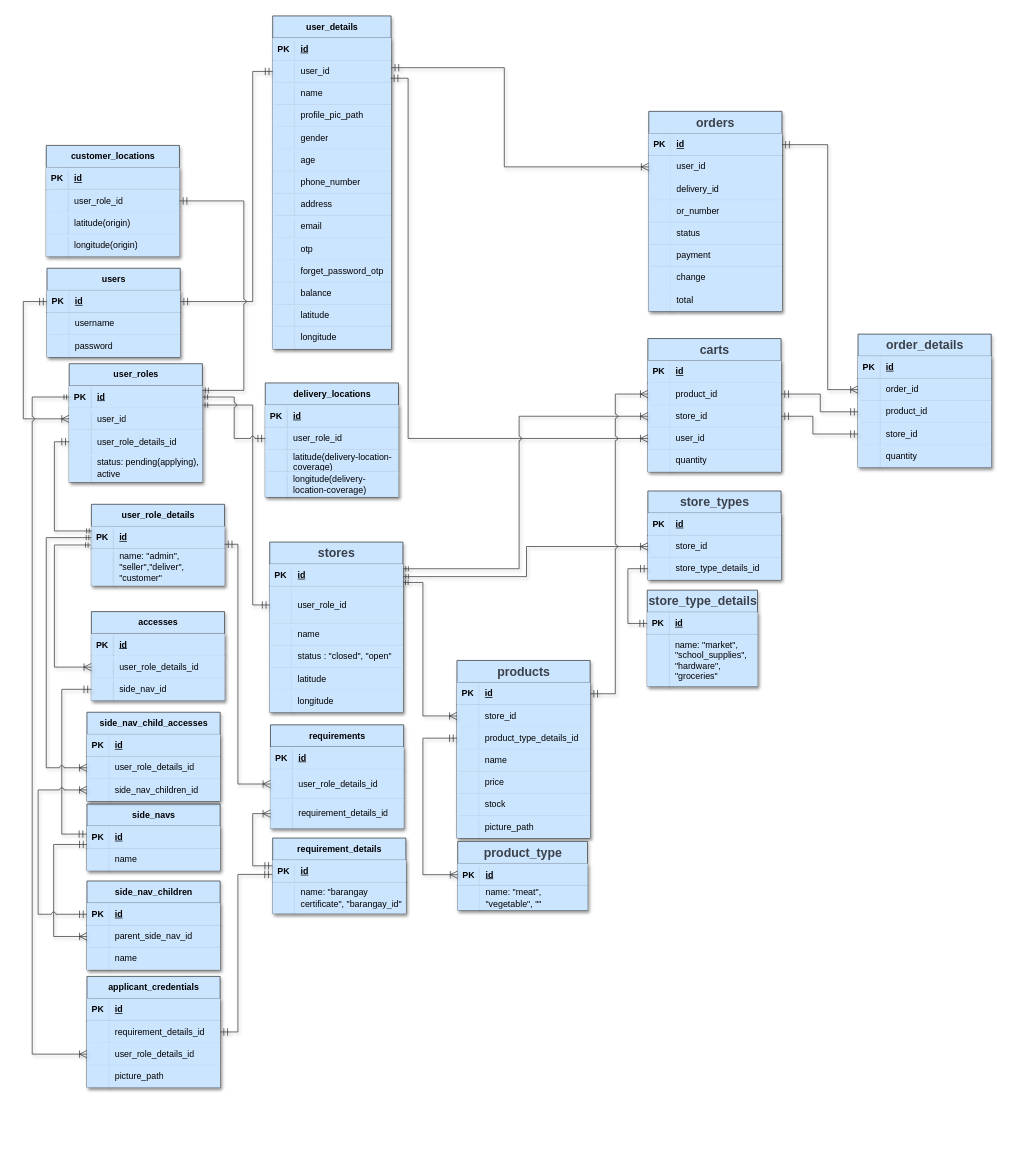
Before: documentation/e-palengke-erd.drawio in DanerisMendoza/e-palengke-back, a draw.io diagram. Source tidied: cells renumbered, new cells numbered last; positions are measured from the earlier drawing's top-left corner, leaving out a move shared by most shapes. Both pictures are drawn from the tidied source at 74%, with x=0, y=0 at pixel (23, 16).
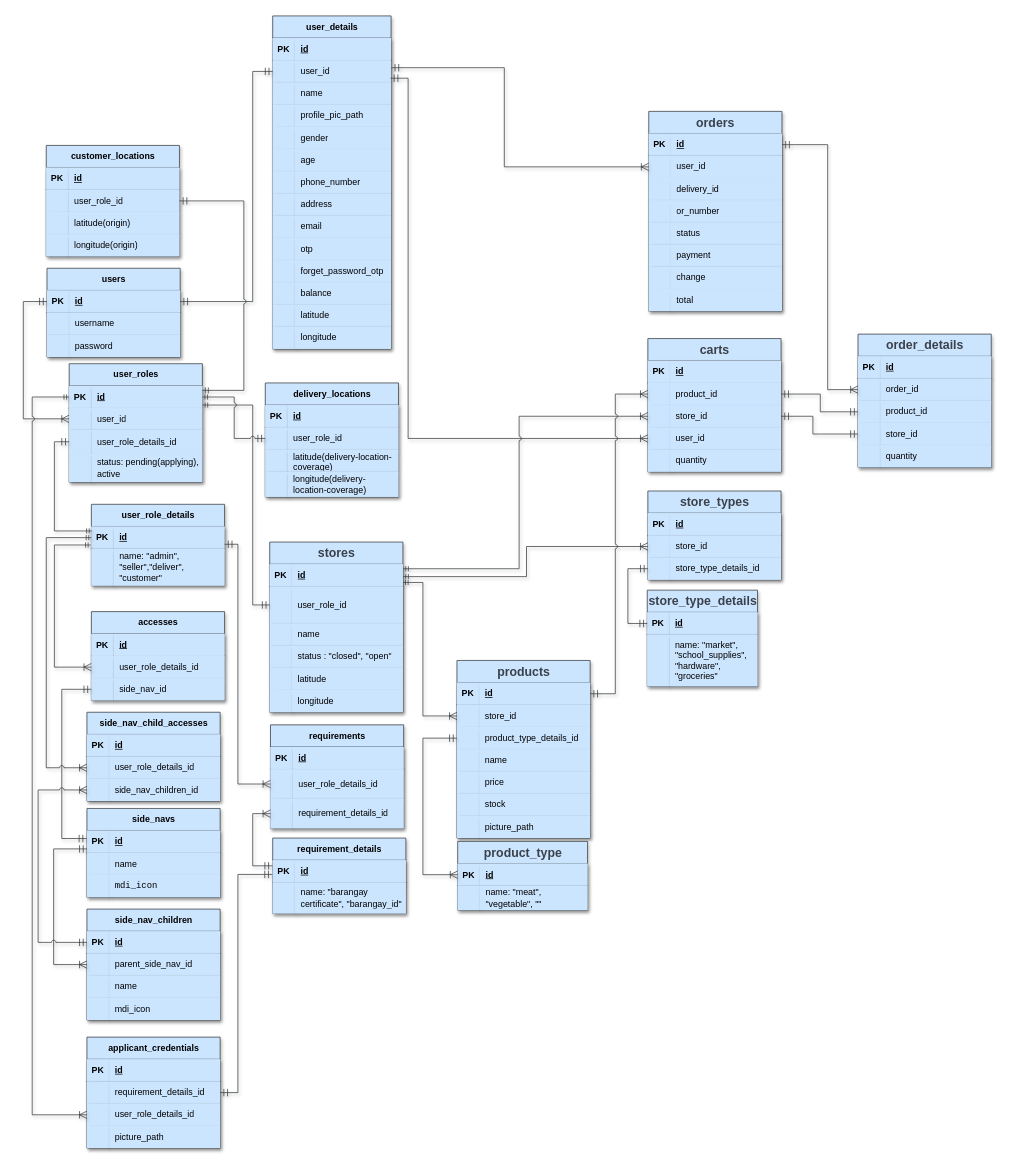
The same diagram, later.

Commit message (it also covers changes not shown here):
OrderController::Order: temporary remove balance deduction, erd update

Change to the diagram source:
```diff
@@
     <mxCell id="30" value="side_navs" style="shape=table;startSize=30;childLayout=tableLayout;rowLines=0;fontStyle=1;align=center;html=1;shadow=1;fillColor=#cce5ff;strokeColor=#36393d;" parent="1" vertex="1">
-      <mxGeometry x="86" y="1065" width="180" height="90" as="geometry" />
+      <mxGeometry x="86" y="1071" width="180" height="120" as="geometry" />
     </mxCell>
@@
+    <mxCell id="316" style="shape=tableRow;horizontal=0;startSize=0;swimlaneHead=0;swimlaneBody=0;fillColor=#cce5ff;top=0;left=0;right=0;bottom=0;shadow=1;strokeColor=#36393d;" parent="30" vertex="1">
+      <mxGeometry y="90" width="180" height="30" as="geometry" />
+    </mxCell>
+    <mxCell id="317" style="shape=partialRectangle;fillColor=#cce5ff;top=0;left=0;bottom=0;right=0;overflow=hidden;whiteSpace=wrap;html=1;shadow=1;strokeColor=#36393d;" parent="316" vertex="1">
+      <mxGeometry width="30" height="30" as="geometry" />
+    </mxCell>
+    <mxCell id="318" value="&lt;div style=&quot;font-family: Consolas, &amp;quot;Courier New&amp;quot;, monospace; line-height: 19px;&quot;&gt;&lt;font style=&quot;font-size: 12px;&quot;&gt;mdi_icon&lt;/font&gt;&lt;br&gt;&lt;/div&gt;" style="shape=partialRectangle;fillColor=#cce5ff;top=0;left=0;bottom=0;right=0;align=left;spacingLeft=6;overflow=hidden;whiteSpace=wrap;html=1;shadow=1;strokeColor=#36393d;" parent="316" vertex="1">
+      <mxGeometry x="30" width="150" height="30" as="geometry" />
+    </mxCell>
@@
     <mxCell id="53" value="applicant_credentials" style="shape=table;startSize=30;childLayout=tableLayout;rowLines=0;fontStyle=1;align=center;html=1;shadow=1;fillColor=#cce5ff;strokeColor=#36393d;" parent="1" vertex="1">
-      <mxGeometry x="86" y="1298" width="180" height="150" as="geometry" />
+      <mxGeometry x="86" y="1380" width="180" height="150" as="geometry" />
     </mxCell>
@@
     <mxCell id="293" value="side_nav_children" style="shape=table;startSize=30;childLayout=tableLayout;rowLines=0;fontStyle=1;align=center;html=1;shadow=1;fillColor=#cce5ff;strokeColor=#36393d;" parent="1" vertex="1">
-      <mxGeometry x="86" y="1169" width="180" height="120" as="geometry" />
+      <mxGeometry x="86" y="1207" width="180" height="150" as="geometry" />
     </mxCell>
@@
+    <mxCell id="319" style="shape=tableRow;horizontal=0;startSize=0;swimlaneHead=0;swimlaneBody=0;fillColor=#cce5ff;top=0;left=0;right=0;bottom=0;shadow=1;strokeColor=#36393d;" parent="293" vertex="1">
+      <mxGeometry y="120" width="180" height="30" as="geometry" />
+    </mxCell>
+    <mxCell id="320" style="shape=partialRectangle;fillColor=#cce5ff;top=0;left=0;bottom=0;right=0;overflow=hidden;whiteSpace=wrap;html=1;shadow=1;strokeColor=#36393d;" parent="319" vertex="1">
+      <mxGeometry width="30" height="30" as="geometry" />
+    </mxCell>
+    <mxCell id="321" value="mdi_icon" style="shape=partialRectangle;fillColor=#cce5ff;top=0;left=0;bottom=0;right=0;align=left;spacingLeft=6;overflow=hidden;whiteSpace=wrap;html=1;shadow=1;strokeColor=#36393d;" parent="319" vertex="1">
+      <mxGeometry x="30" width="150" height="30" as="geometry" />
+    </mxCell>
```
